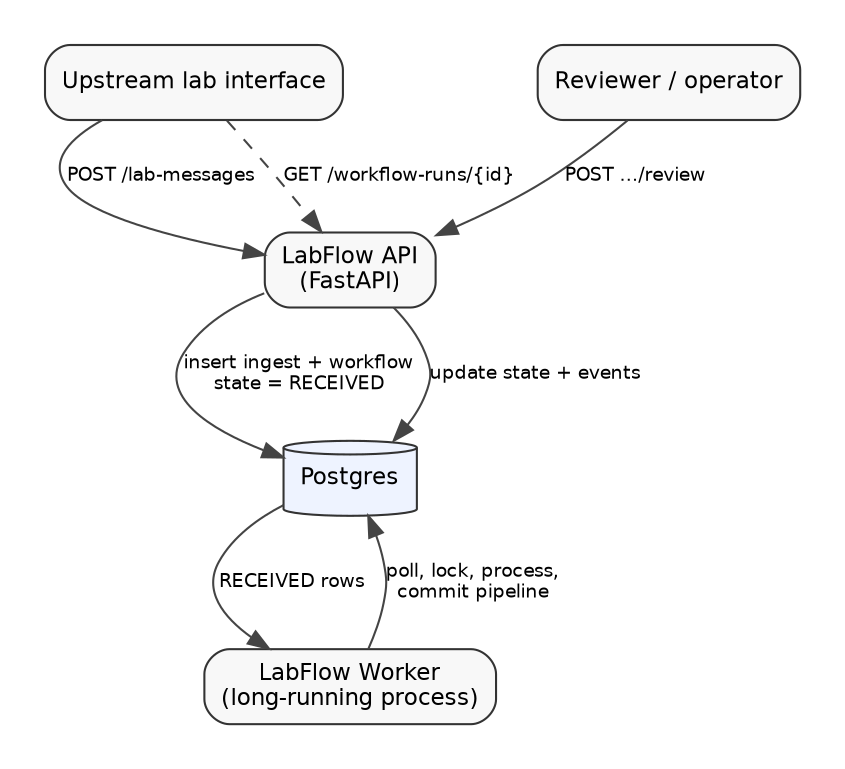
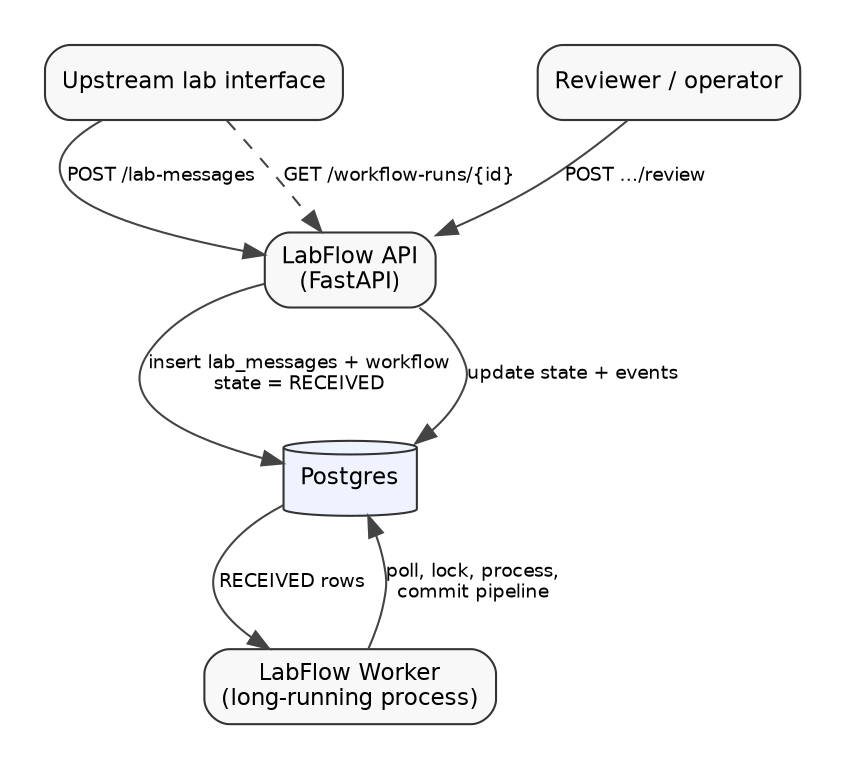
digraph G {
  graph [rankdir=TB, bgcolor="white", pad="0.3", nodesep="0.5", ranksep="0.6"];
  node [shape=box, style="rounded,filled", fillcolor="#f8f8f8", color="#333333", fontname="Helvetica", fontsize=11];
  edge [color="#444444", fontname="Helvetica", fontsize=9];
  sender [label="Upstream lab interface"];
  api [label="LabFlow API\n(FastAPI)"];
  db [shape=cylinder, style="filled", fillcolor="#eef3ff", label="Postgres"];
  worker [label="LabFlow Worker\n(long-running process)"];
  reviewer [label="Reviewer / operator"];
  sender -> api [label="POST /lab-messages"];
-   api -> db [label="insert ingest + workflow\nstate = RECEIVED"];
+   api -> db [label="insert lab_messages + workflow\nstate = RECEIVED"];
  worker -> db [label="poll, lock, process,\ncommit pipeline"];
  db -> worker [label="RECEIVED rows"];
  reviewer -> api [label="POST .../review"];
  api -> db [label="update state + events"];
  sender -> api [label="GET /workflow-runs/{id}", style=dashed];
}
